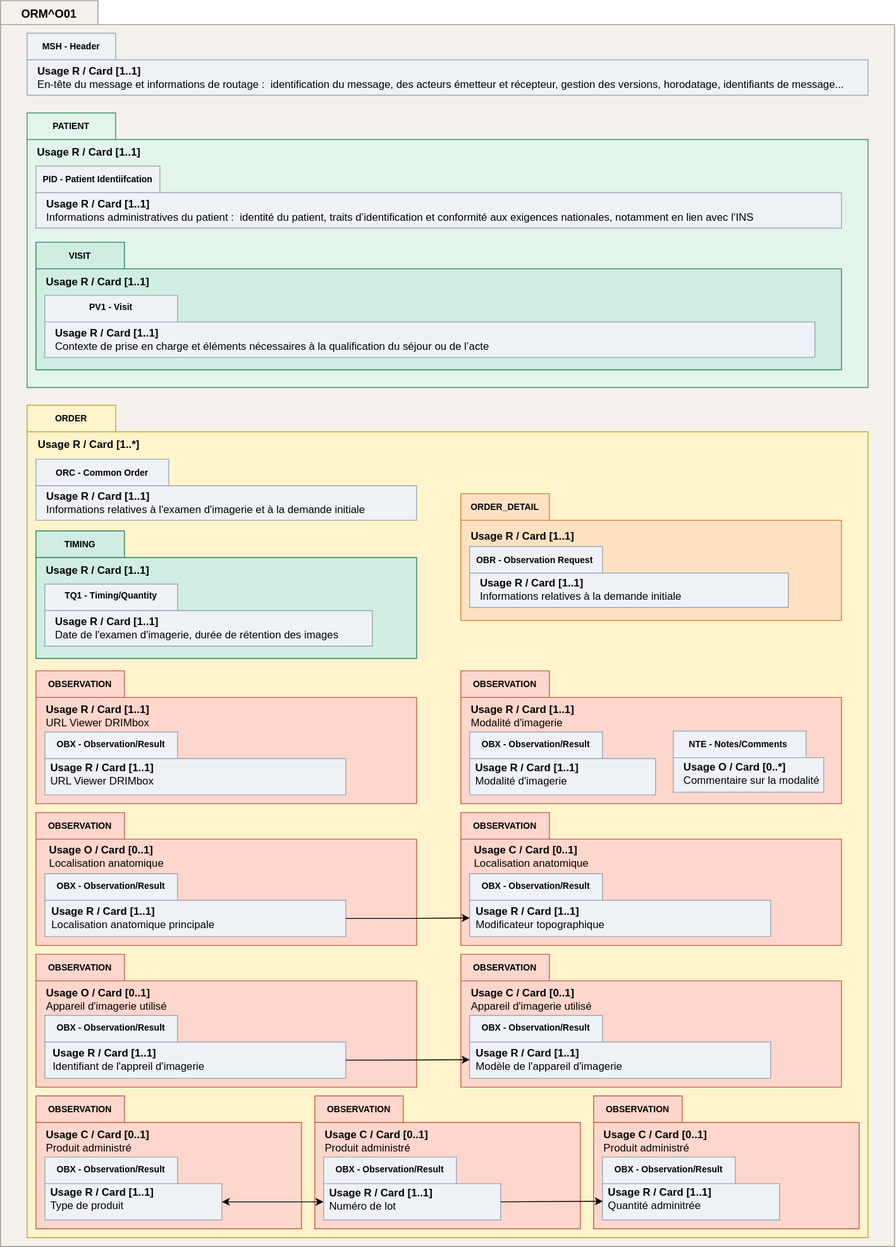
Earlier version of the draw.io export input/images/Flux4-Fonc.svg (ansforge/interop-ig-hl7v2-teleradiologie). Source tidied: cells renumbered, new cells last; positions are measured from the earlier drawing's top-left corner, leaving out a move shared by most shapes.
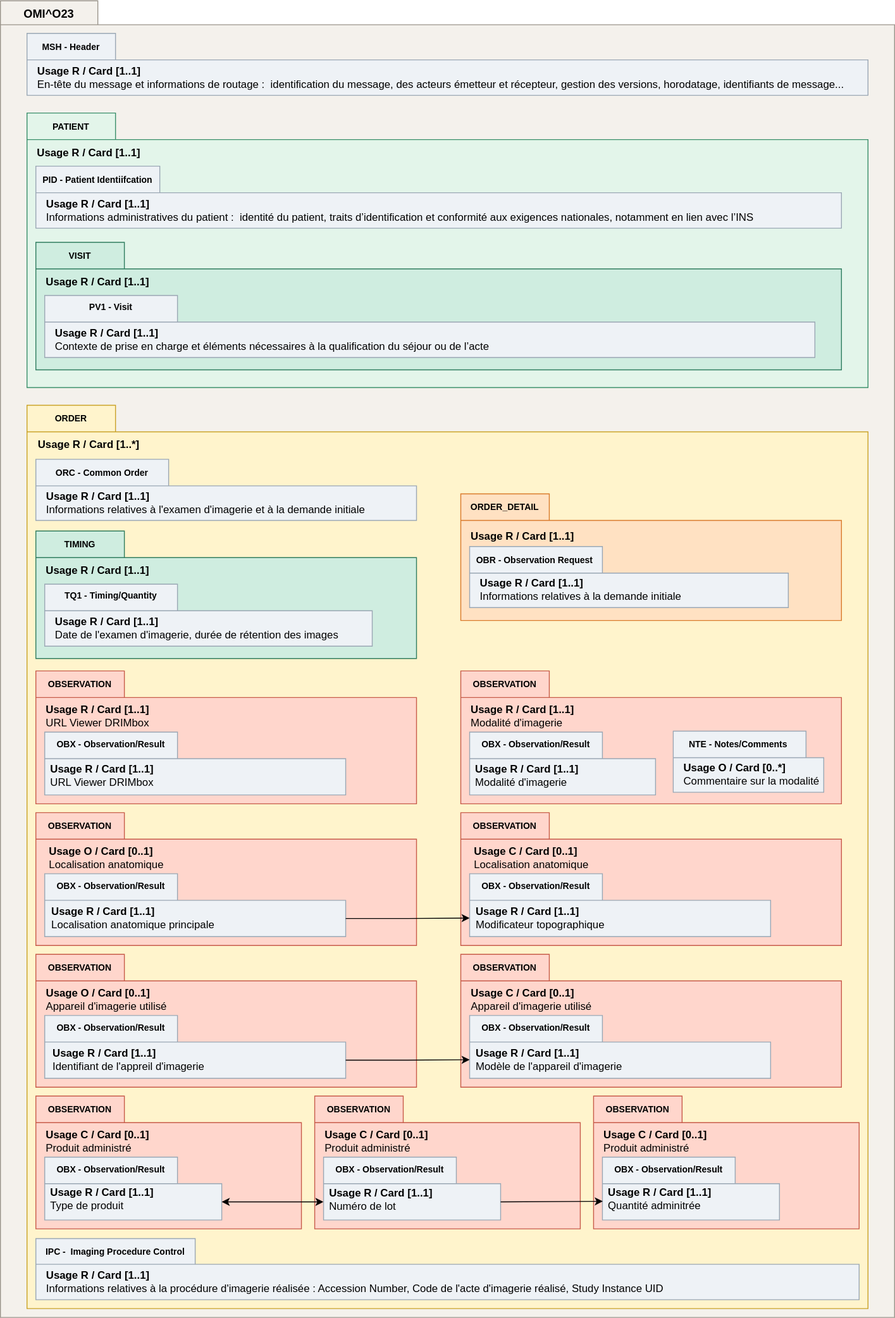
Later version of the same file.

Diff of the diagram source:
```diff
@@ -3,7 +3,7 @@
     <mxCell id="0" />
     <mxCell id="1" parent="0" />
     <mxCell id="2" style="shape=folder;fontStyle=1;spacingTop=10;tabWidth=110;tabHeight=27;tabPosition=left;html=1;whiteSpace=wrap;fillColor=#F4F1EC;strokeColor=#9A948A;" parent="1" vertex="1">
-      <mxGeometry y="0.3" width="1010" height="1406.7" as="geometry" />
+      <mxGeometry y="0.3" width="1010" height="1486.7" as="geometry" />
     </mxCell>
     <mxCell id="3" style="edgeStyle=elbowEdgeStyle;rounded=0;html=1;entryX=0.559;entryY=0.251;entryPerimeter=0;dashed=1;labelBackgroundColor=none;startFill=0;endArrow=open;endFill=0;endSize=10;fontFamily=Verdana;fontSize=10;" parent="1" edge="1">
       <mxGeometry relative="1" as="geometry">
@@ -21,7 +21,7 @@
     <mxCell id="6" value="&lt;span style=&quot;font-size: 10px;&quot;&gt;MSH - Header&lt;br&gt;&lt;/span&gt;" style="text;html=1;strokeColor=none;fillColor=none;align=center;verticalAlign=middle;whiteSpace=wrap;rounded=0;fontStyle=1;" parent="1" vertex="1">
       <mxGeometry x="30" y="37" width="100" height="30" as="geometry" />
     </mxCell>
-    <mxCell id="7" value="&lt;span style=&quot;font-size: 13px;&quot;&gt;ORM^O01&lt;/span&gt;" style="text;html=1;strokeColor=none;fillColor=none;align=center;verticalAlign=middle;whiteSpace=wrap;rounded=0;fontStyle=1;fontSize=13;" parent="1" vertex="1">
+    <mxCell id="7" value="&lt;span style=&quot;font-size: 13px;&quot;&gt;OMI^O23&lt;/span&gt;" style="text;html=1;strokeColor=none;fillColor=none;align=center;verticalAlign=middle;whiteSpace=wrap;rounded=0;fontStyle=1;fontSize=13;" parent="1" vertex="1">
       <mxGeometry y="0.3" width="110" height="30" as="geometry" />
     </mxCell>
     <mxCell id="8" style="shape=folder;fontStyle=1;spacingTop=10;tabWidth=100;tabHeight=30;tabPosition=left;html=1;whiteSpace=wrap;strokeColor=#3A8F6A;fillColor=#E3F5EA;" parent="1" vertex="1">
@@ -37,7 +37,7 @@
       <mxGeometry x="40" y="187" width="140" height="30" as="geometry" />
     </mxCell>
     <mxCell id="12" style="shape=folder;fontStyle=1;spacingTop=10;tabWidth=100;tabHeight=30;tabPosition=left;html=1;whiteSpace=wrap;strokeColor=#C9A227;fillColor=#FFF4CC;" parent="1" vertex="1">
-      <mxGeometry x="30" y="457" width="950" height="940" as="geometry" />
+      <mxGeometry x="30" y="457" width="950" height="1020" as="geometry" />
     </mxCell>
     <mxCell id="13" value="&lt;font style=&quot;font-size: 10px;&quot;&gt;ORDER&lt;br&gt;&lt;/font&gt;" style="text;html=1;strokeColor=none;fillColor=none;align=center;verticalAlign=middle;whiteSpace=wrap;rounded=0;fontStyle=1;" parent="1" vertex="1">
       <mxGeometry x="30" y="457" width="100" height="30" as="geometry" />
@@ -300,5 +300,14 @@
     <mxCell id="99" style="endArrow=classic;html=1;rounded=0;entryX=0.003;entryY=0.585;entryDx=0;entryDy=0;exitX=0;exitY=0;exitDx=200;exitDy=50.5;exitPerimeter=0;entryPerimeter=0;" parent="1" edge="1" source="50" target="47">
       <mxGeometry relative="1" as="geometry" />
     </mxCell>
+    <mxCell id="100" style="shape=folder;fontStyle=1;spacingTop=10;tabWidth=180;tabHeight=29;tabPosition=left;html=1;whiteSpace=wrap;strokeColor=#9AA7B4;fillColor=#EEF2F6;" parent="1" vertex="1">
+      <mxGeometry x="40" y="1398" width="930" height="69" as="geometry" />
+    </mxCell>
+    <mxCell id="101" value="&lt;font style=&quot;font-size: 10px;&quot;&gt;IPC -&amp;nbsp; Imaging Procedure Control&lt;/font&gt;" style="text;html=1;strokeColor=none;fillColor=none;align=center;verticalAlign=middle;whiteSpace=wrap;rounded=0;fontStyle=1;" parent="1" vertex="1">
+      <mxGeometry x="40" y="1398" width="180" height="30" as="geometry" />
+    </mxCell>
+    <mxCell id="102" value="&lt;span style=&quot;border-color: var(--border-color);&quot;&gt;&lt;b&gt;Usage R / Card [1..1]&lt;/b&gt;&lt;br&gt;Informations relatives à la procédure d'imagerie réalisée : Accession Number, Code de l'acte d'imagerie réalisé, Study Instance UID&lt;br&gt;&lt;/span&gt;" style="text;html=1;strokeColor=none;fillColor=none;align=left;verticalAlign=middle;whiteSpace=wrap;rounded=0;" parent="1" vertex="1">
+      <mxGeometry x="50" y="1427" width="710" height="39" as="geometry" />
+    </mxCell>
   </root>
 </mxGraphModel>
```
